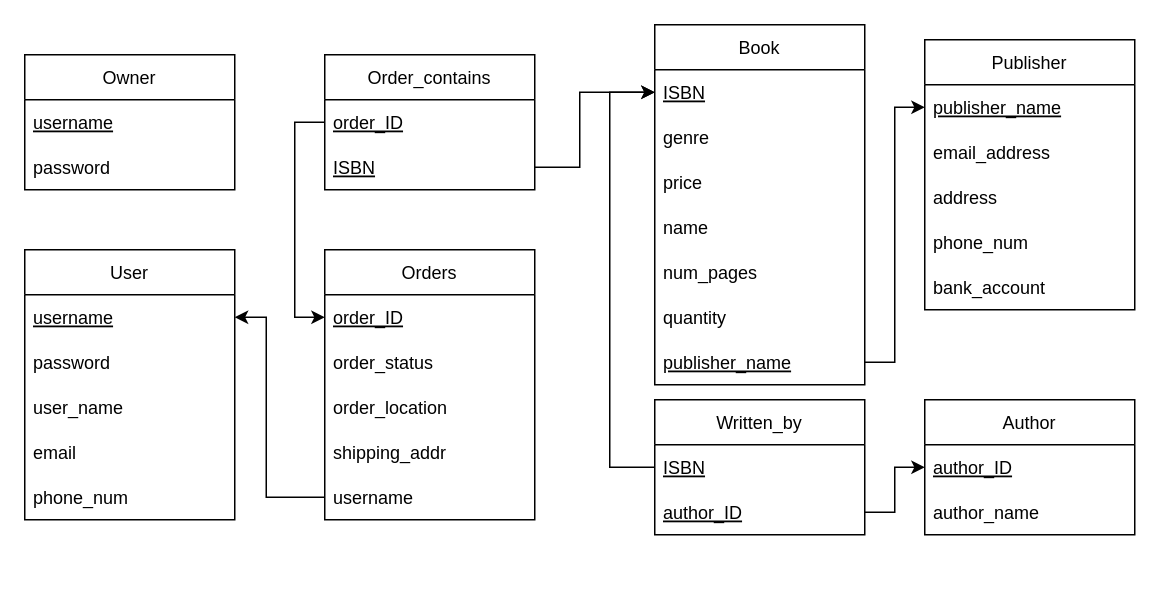
This is BookStoreRelationSchema.drawio from Dylanhism/BookStore, a draw.io file, before an edit. Source tidied: cells renumbered, new cells numbered last; positions are measured from the earlier drawing's top-left corner, leaving out a move shared by most shapes. Both pictures are drawn from the tidied source at 150%, with x=0, y=0 at pixel (24, 24).
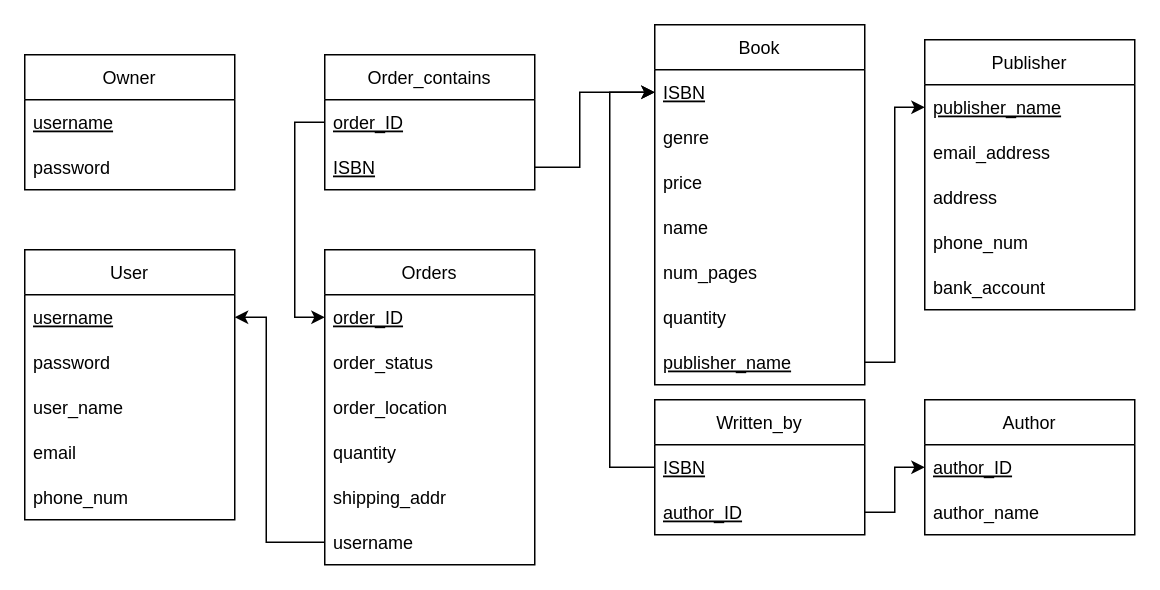
The same diagram, later.

Unchanged cells that the change refers to:
```xml
<mxCell id="29" value="username" style="text;strokeColor=none;fillColor=none;align=left;verticalAlign=middle;spacingLeft=4;spacingRight=4;overflow=hidden;points=[[0,0.5],[1,0.5]];portConstraint=eastwest;fontStyle=4;" parent="28" vertex="1">
  <mxGeometry y="30" width="140" height="30" as="geometry" />
</mxCell>
```

Change to the diagram source:
```diff
@@
     <mxCell id="34" value="Orders" style="swimlane;fontStyle=0;horizontal=1;startSize=30;" parent="1" vertex="1">
-      <mxGeometry x="200" y="150" width="140" height="180" as="geometry" />
+      <mxGeometry x="200" y="150" width="140" height="210" as="geometry" />
     </mxCell>
@@
+    <mxCell id="46" value="quantity" style="text;strokeColor=none;fillColor=none;align=left;verticalAlign=middle;spacingLeft=4;spacingRight=4;overflow=hidden;fontStyle=0;" parent="34" vertex="1">
+      <mxGeometry y="120" width="140" height="30" as="geometry" />
+    </mxCell>
     <mxCell id="38" value="shipping_addr" style="text;strokeColor=none;fillColor=none;align=left;verticalAlign=middle;spacingLeft=4;spacingRight=4;overflow=hidden;fontStyle=0;" parent="34" vertex="1">
-      <mxGeometry y="120" width="140" height="30" as="geometry" />
+      <mxGeometry y="150" width="140" height="30" as="geometry" />
     </mxCell>
     <mxCell id="39" value="username" style="text;strokeColor=none;fillColor=none;align=left;verticalAlign=middle;spacingLeft=4;spacingRight=4;overflow=hidden;points=[[0,0.5],[1,0.5]];portConstraint=eastwest;fontStyle=0;" parent="34" vertex="1">
-      <mxGeometry y="150" width="140" height="30" as="geometry" />
+      <mxGeometry y="180" width="140" height="30" as="geometry" />
     </mxCell>
     <mxCell id="40" style="edgeStyle=orthogonalEdgeStyle;rounded=0;jettySize=auto;html=1;entryX=1;entryY=0.5;entryDx=0;entryDy=0;exitX=0;exitY=0.5;exitDx=0;exitDy=0;" parent="1" edge="1" source="39" target="29">
       <mxGeometry relative="1" as="geometry">
         <Array as="points">
-          <mxPoint x="161" y="315" />
+          <mxPoint x="161" y="345" />
           <mxPoint x="161" y="195" />
         </Array>
       </mxGeometry>
     </mxCell>
```
